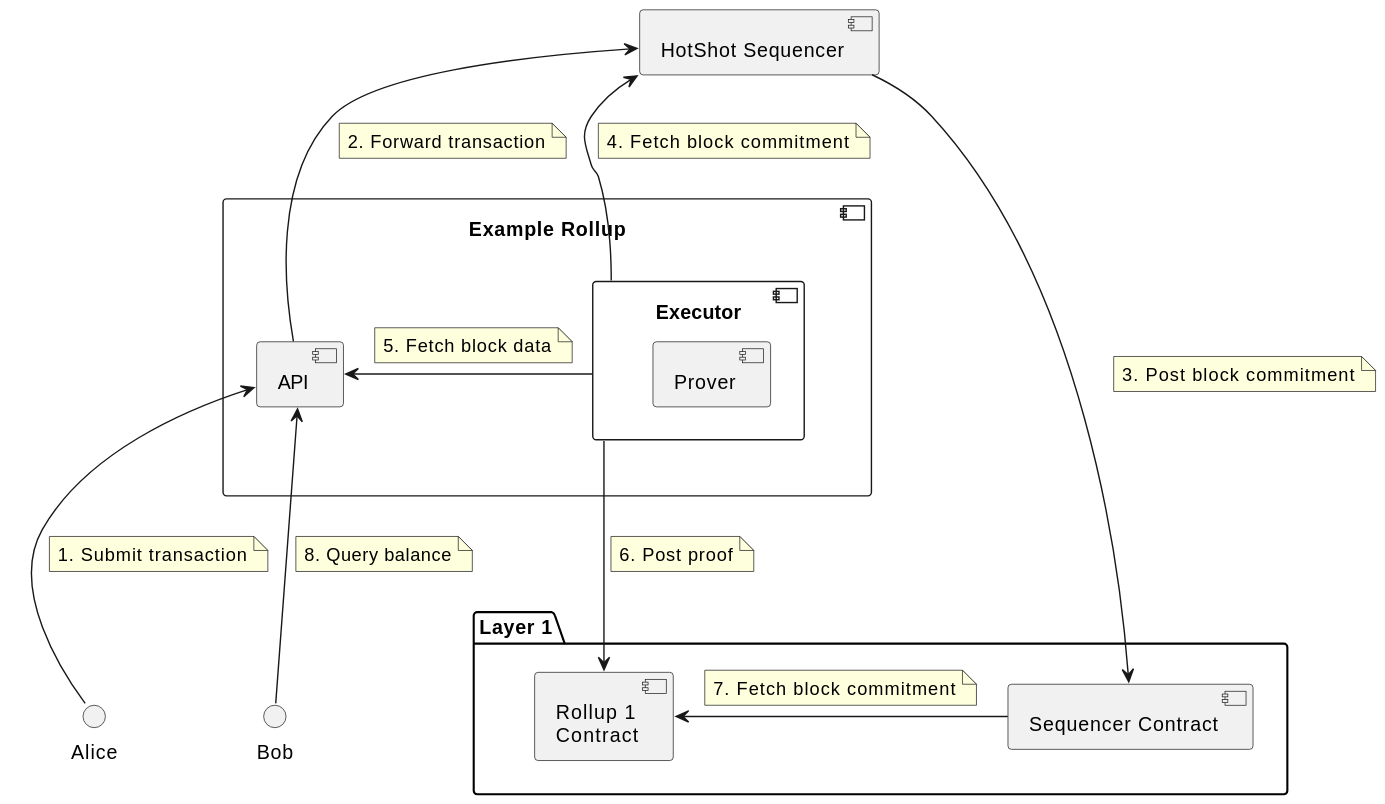
EspressoSystems/espresso-sequencer keeps this PlantUML diagram as doc/example_l2.svg. Above is the earlier version.
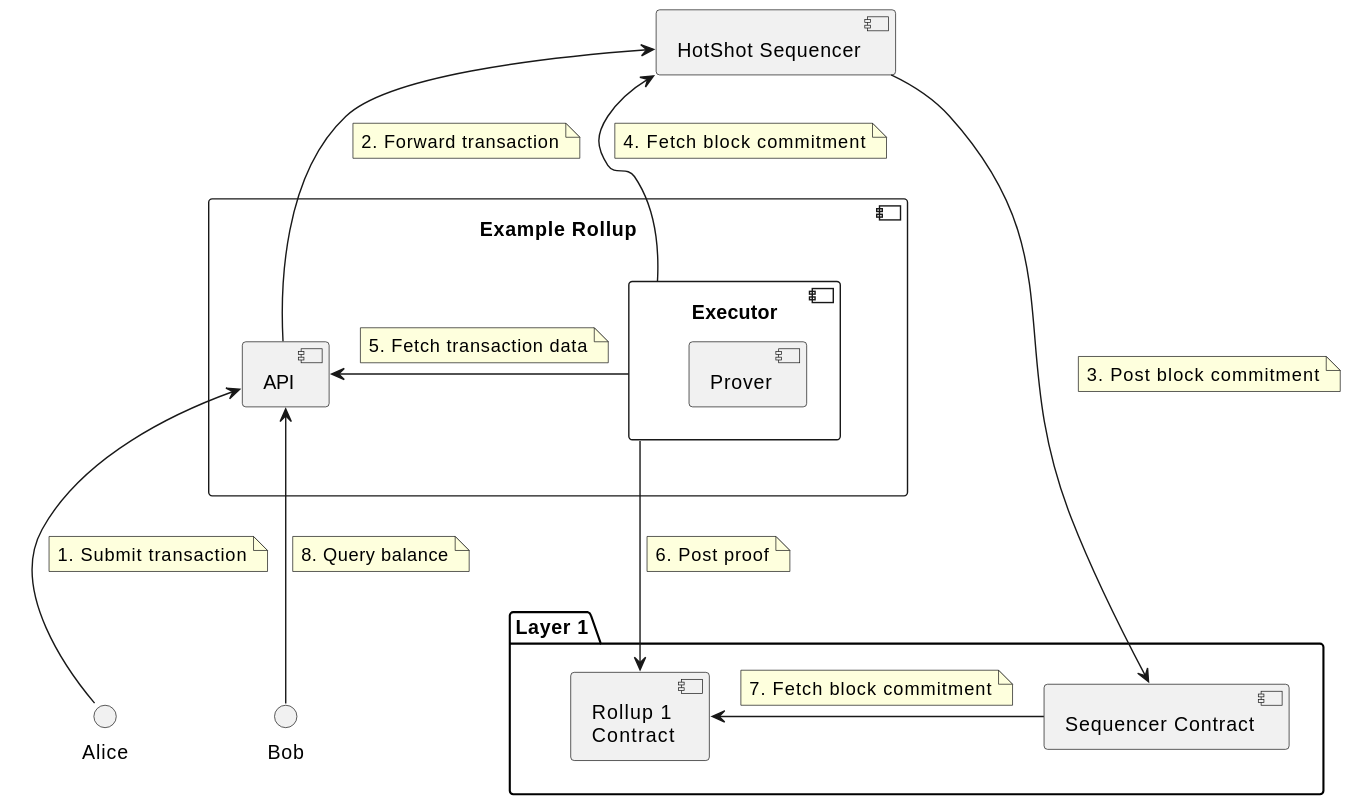
Later version of the same file.

Change to the diagram source:
```diff
@@ -38,7 +38,7 @@
 
 Exec -> API
 note right of link
-5. Fetch block data
+5. Fetch transaction data
 end note
 
 Exec -> Rollup_L1
```
